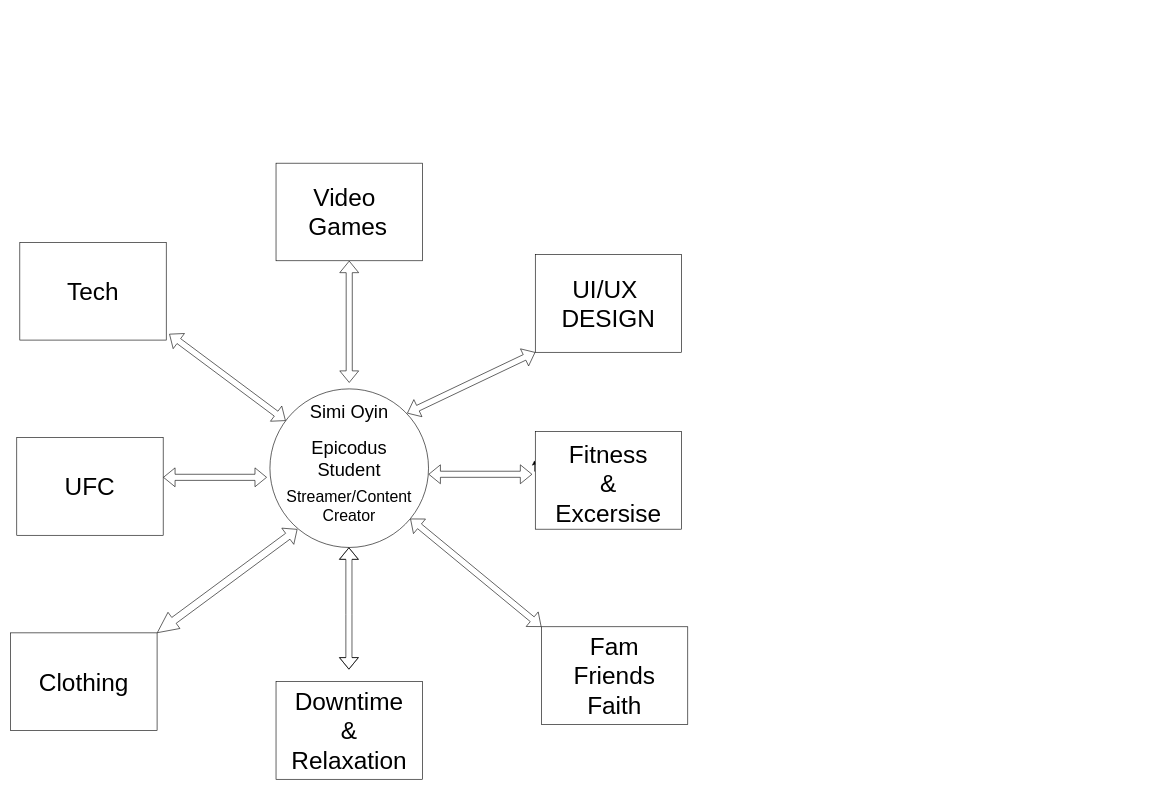
Above: Untitled Diagram.drawio in simioyin222/CapstoneProjectIdeaBoard (draw.io), before the change. Source tidied: cells renumbered, new cells numbered last; positions are measured from the earlier drawing's top-left corner, leaving out a move shared by most shapes. Both pictures are drawn from the tidied source at 61%, with x=0, y=0 at pixel (10, 163).
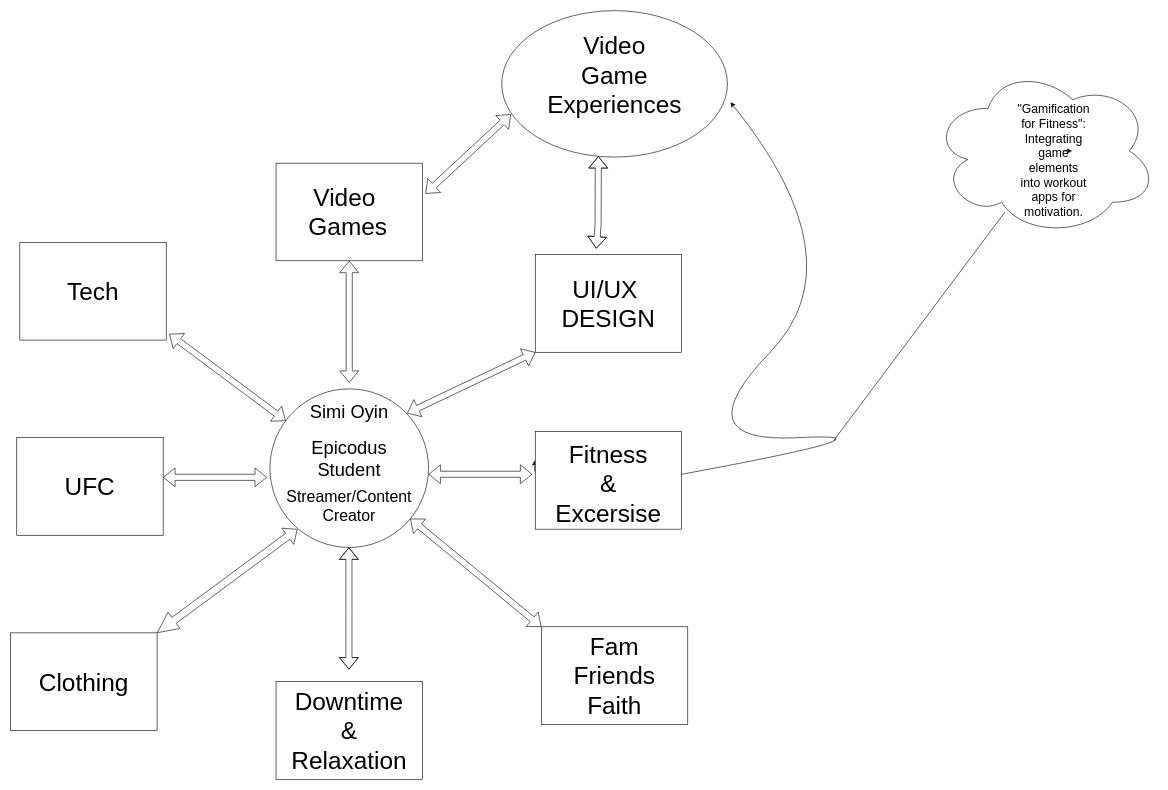
Above is the later version.

What changed in the source:
```diff
@@
+    <mxCell id="31" style="ellipse;whiteSpace=wrap;html=1;" parent="1" vertex="1">
+      <mxGeometry x="805" y="-250" width="370" height="240" as="geometry" />
+    </mxCell>
+    <mxCell id="32" value="Video Game Experiences" style="text;html=1;strokeColor=none;fillColor=none;align=center;verticalAlign=middle;whiteSpace=wrap;rounded=0;fontSize=40;" parent="1" vertex="1">
+      <mxGeometry x="960" y="-200" width="60" height="110" as="geometry" />
+    </mxCell>
+    <mxCell id="33" style="shape=flexArrow;endArrow=classic;startArrow=classic;html=1;rounded=0;entryX=0.428;entryY=0.994;entryDx=0;entryDy=0;entryPerimeter=0;" parent="1" edge="1" target="31">
+      <mxGeometry relative="1" as="geometry">
+        <mxPoint x="960" y="140" as="sourcePoint" />
+        <Array as="points">
+          <mxPoint x="963" y="100" />
+        </Array>
+      </mxGeometry>
+    </mxCell>
+    <mxCell id="34" style="shape=flexArrow;endArrow=classic;startArrow=classic;html=1;rounded=0;" parent="1" edge="1">
+      <mxGeometry relative="1" as="geometry">
+        <mxPoint x="680" y="50" as="sourcePoint" />
+        <mxPoint x="820" y="-80" as="targetPoint" />
+      </mxGeometry>
+    </mxCell>
+    <mxCell id="35" style="curved=1;endArrow=classic;html=1;rounded=0;" parent="1" edge="1">
+      <mxGeometry relative="1" as="geometry">
+        <mxPoint x="1100" y="510" as="sourcePoint" />
+        <mxPoint x="1180" y="-100" as="targetPoint" />
+        <Array as="points">
+          <mxPoint x="1480" y="440" />
+          <mxPoint x="1100" y="460" />
+          <mxPoint x="1390" y="160" />
+        </Array>
+      </mxGeometry>
+    </mxCell>
+    <mxCell id="36" style="endArrow=none;html=1;rounded=0;" parent="1" edge="1">
+      <mxGeometry relative="1" as="geometry">
+        <mxPoint x="1349" y="455" as="sourcePoint" />
+        <mxPoint x="1630" y="80" as="targetPoint" />
+      </mxGeometry>
+    </mxCell>
+    <mxCell id="37" style="ellipse;shape=cloud;whiteSpace=wrap;html=1;" parent="1" vertex="1">
+      <mxGeometry x="1510" y="-160" width="370" height="280" as="geometry" />
+    </mxCell>
+    <mxCell id="38" value="&quot;Gamification for Fitness&quot;: Integrating game elements into workout apps for motivation." style="text;html=1;strokeColor=none;fillColor=none;align=center;verticalAlign=middle;whiteSpace=wrap;rounded=0;fontSize=20;" parent="1" vertex="1">
+      <mxGeometry x="1680" y="-20" width="60" height="30" as="geometry" />
+    </mxCell>
+    <mxCell id="39" style="edgeStyle=orthogonalEdgeStyle;rounded=0;orthogonalLoop=1;jettySize=auto;html=1;exitX=0.75;exitY=0;exitDx=0;exitDy=0;entryX=1;entryY=0;entryDx=0;entryDy=0;" parent="1" edge="1" source="38" target="38">
+      <mxGeometry relative="1" as="geometry" />
+    </mxCell>
```
